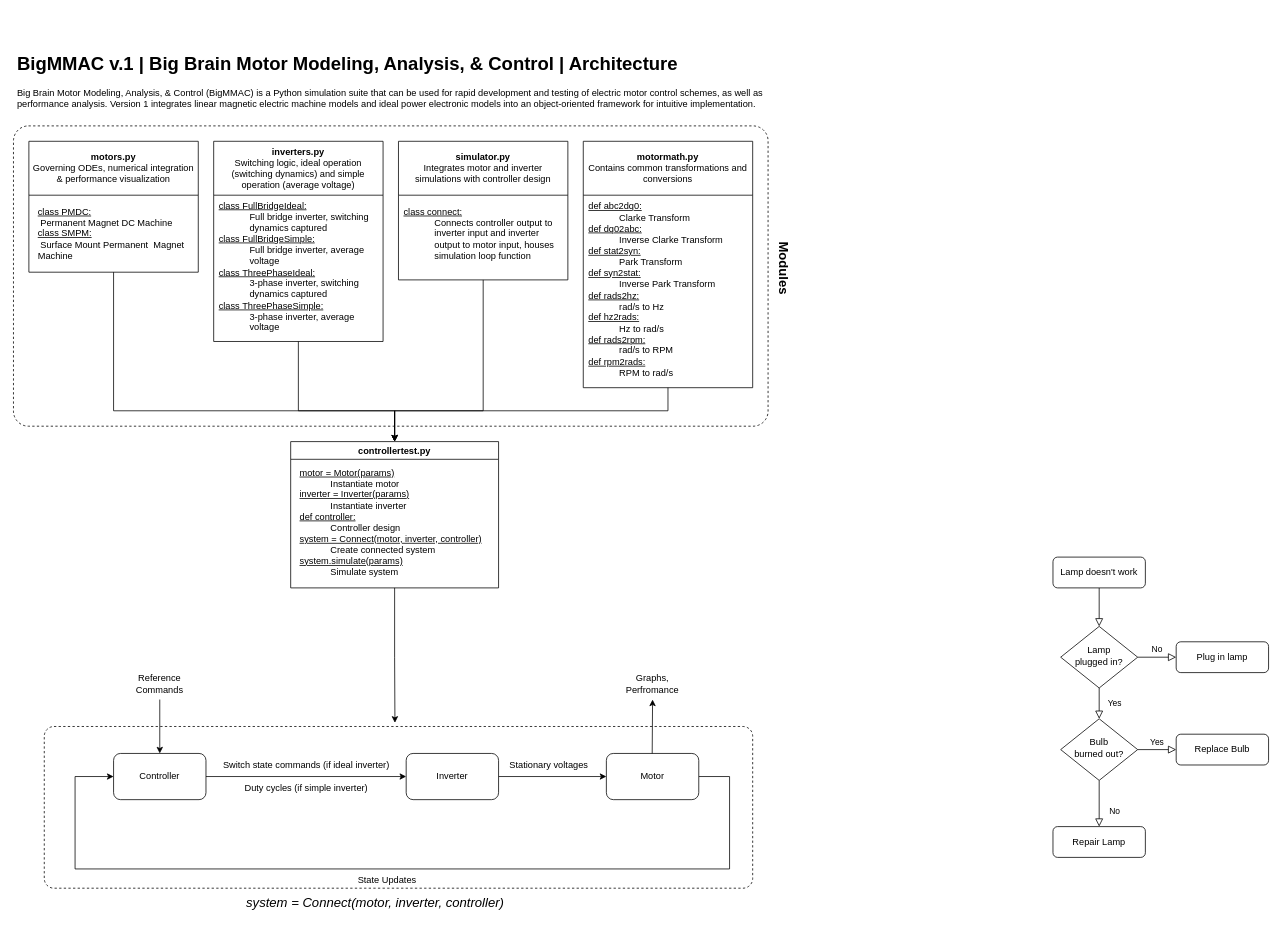
Nathan2115/motorsimulation keeps this draw.io diagram as bigmmac/BigMMACArchitecture_V1.drawio. Above is the earlier version. Source tidied: cells renumbered, new cells numbered last; positions are measured from the earlier drawing's top-left corner, leaving out a move shared by most shapes. Both pictures are drawn from the tidied source at 77%, with x=0, y=0 at pixel (13, 49).
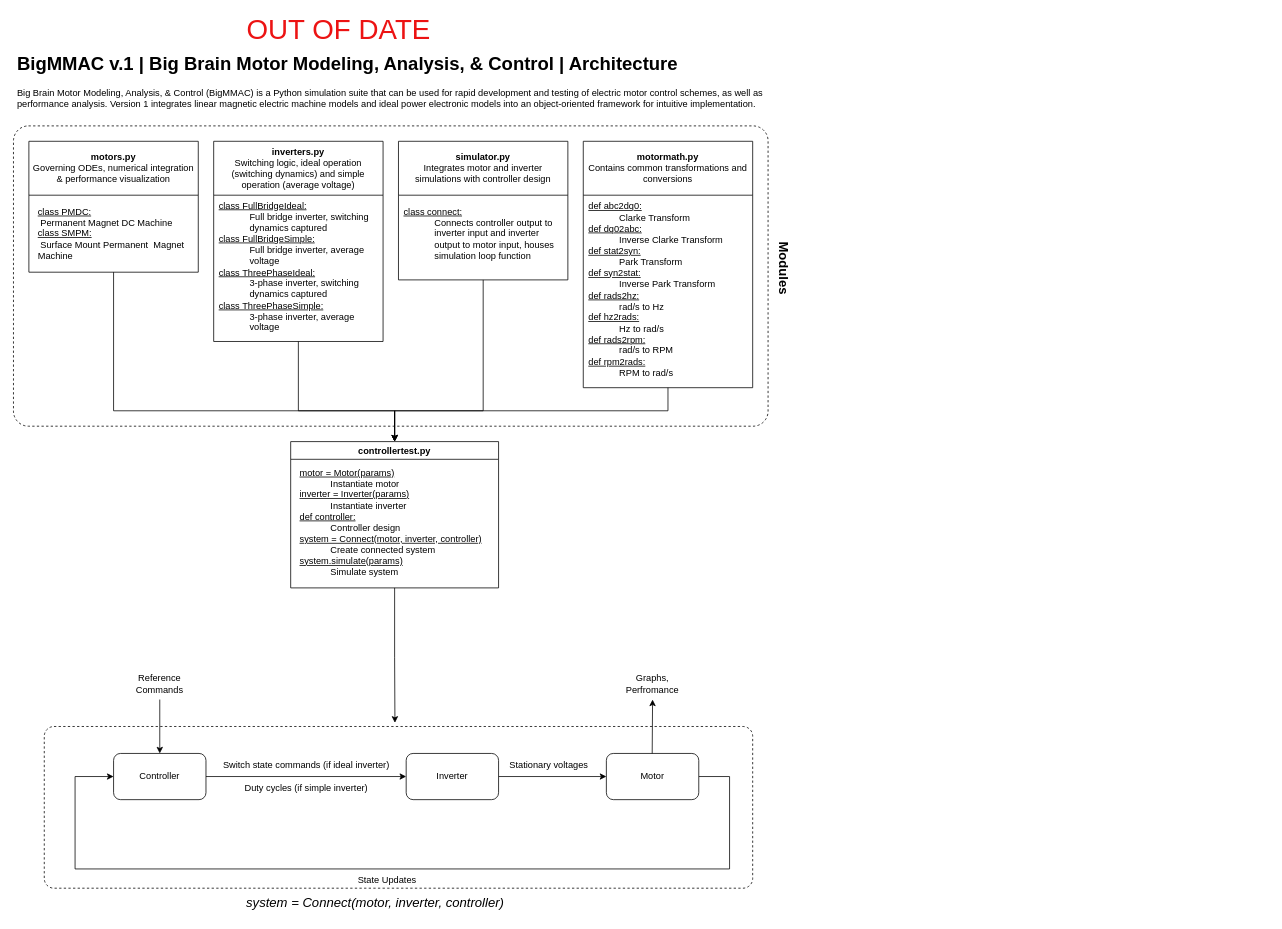
After the change.

The edit, as a diff of the source:
```diff
@@
-    <mxCell id="2" style="rounded=0;html=1;jettySize=auto;fontSize=11;endArrow=block;endFill=0;endSize=8;strokeWidth=1;shadow=0;labelBackgroundColor=none;edgeStyle=orthogonalEdgeStyle;" parent="1" edge="1" source="3" target="6">
-      <mxGeometry relative="1" as="geometry" />
-    </mxCell>
-    <mxCell id="3" value="Lamp doesn't work" style="rounded=1;whiteSpace=wrap;html=1;fontSize=12;glass=0;strokeWidth=1;shadow=0;" parent="1" vertex="1">
-      <mxGeometry x="1350" y="660" width="120" height="40" as="geometry" />
-    </mxCell>
-    <mxCell id="4" value="Yes" style="rounded=0;html=1;jettySize=auto;fontSize=11;endArrow=block;endFill=0;endSize=8;strokeWidth=1;shadow=0;labelBackgroundColor=none;edgeStyle=orthogonalEdgeStyle;" parent="1" edge="1" source="6" target="10">
-      <mxGeometry y="20" relative="1" as="geometry" />
-    </mxCell>
-    <mxCell id="5" value="No" style="edgeStyle=orthogonalEdgeStyle;rounded=0;html=1;jettySize=auto;fontSize=11;endArrow=block;endFill=0;endSize=8;strokeWidth=1;shadow=0;labelBackgroundColor=none;" parent="1" edge="1" source="6" target="7">
-      <mxGeometry y="10" relative="1" as="geometry" />
-    </mxCell>
-    <mxCell id="6" value="Lamp&lt;br&gt;plugged in?" style="rhombus;whiteSpace=wrap;html=1;shadow=0;fontFamily=Helvetica;fontSize=12;align=center;strokeWidth=1;spacing=6;spacingTop=-4;" parent="1" vertex="1">
-      <mxGeometry x="1360" y="750" width="100" height="80" as="geometry" />
-    </mxCell>
-    <mxCell id="7" value="Plug in lamp" style="rounded=1;whiteSpace=wrap;html=1;fontSize=12;glass=0;strokeWidth=1;shadow=0;" parent="1" vertex="1">
-      <mxGeometry x="1510" y="770" width="120" height="40" as="geometry" />
-    </mxCell>
-    <mxCell id="8" value="No" style="rounded=0;html=1;jettySize=auto;fontSize=11;endArrow=block;endFill=0;endSize=8;strokeWidth=1;shadow=0;labelBackgroundColor=none;edgeStyle=orthogonalEdgeStyle;" parent="1" edge="1" source="10" target="11">
-      <mxGeometry x="0.33" y="20" relative="1" as="geometry" />
-    </mxCell>
-    <mxCell id="9" value="Yes" style="edgeStyle=orthogonalEdgeStyle;rounded=0;html=1;jettySize=auto;fontSize=11;endArrow=block;endFill=0;endSize=8;strokeWidth=1;shadow=0;labelBackgroundColor=none;" parent="1" edge="1" source="10" target="12">
-      <mxGeometry y="10" relative="1" as="geometry" />
-    </mxCell>
-    <mxCell id="10" value="Bulb&lt;br&gt;burned out?" style="rhombus;whiteSpace=wrap;html=1;shadow=0;fontFamily=Helvetica;fontSize=12;align=center;strokeWidth=1;spacing=6;spacingTop=-4;" parent="1" vertex="1">
-      <mxGeometry x="1360" y="870" width="100" height="80" as="geometry" />
-    </mxCell>
-    <mxCell id="11" value="Repair Lamp" style="rounded=1;whiteSpace=wrap;html=1;fontSize=12;glass=0;strokeWidth=1;shadow=0;" parent="1" vertex="1">
-      <mxGeometry x="1350" y="1010" width="120" height="40" as="geometry" />
-    </mxCell>
-    <mxCell id="12" value="Replace Bulb" style="rounded=1;whiteSpace=wrap;html=1;fontSize=12;glass=0;strokeWidth=1;shadow=0;" parent="1" vertex="1">
-      <mxGeometry x="1510" y="890" width="120" height="40" as="geometry" />
-    </mxCell>
@@
+    <mxCell id="47" value="&lt;font color=&quot;#ec1313&quot; style=&quot;font-size: 36px;&quot;&gt;OUT OF DATE&lt;/font&gt;" style="text;html=1;strokeColor=none;fillColor=none;align=center;verticalAlign=middle;whiteSpace=wrap;rounded=0;" parent="1" vertex="1">
+      <mxGeometry x="280" y="-40" width="285" height="30" as="geometry" />
+    </mxCell>
```
